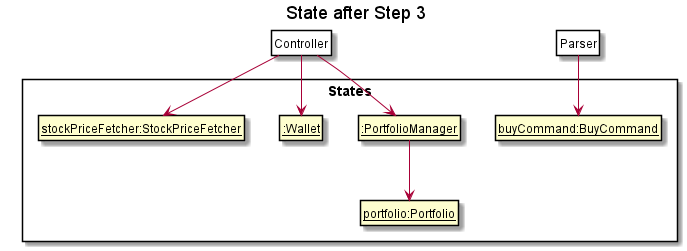
nus-cs2113-AY2021S1/tp keeps this PlantUML diagram as docs/diagrams/BuyStockState1.png. Above is the earlier version. Source of this version:
```plantuml
@startuml

hide footbox
hide members
hide circle
skinparam packageStyle Rectangle
skinparam ClassFontColor #000000
skinparam ClassBorderColor #000000

title State after Step 3

package States {
    class State1 as "__:PortfolioManager__"
    class State2 as "__:Wallet__"
    class State3 as "__buyCommand:BuyCommand__"
    class State4 as "__portfolio:Portfolio__"
    class State5 as "__stockPriceFetcher:StockPriceFetcher__"
}
State1 -down-> State4

class Pointer as "Controller" #FFFFF
Pointer -down-> State1
Pointer -down-> State2
Pointer -down-> State5
class Pointer2 as "Parser" #FFFFF
Pointer2 -down-> State3

@enduml
```
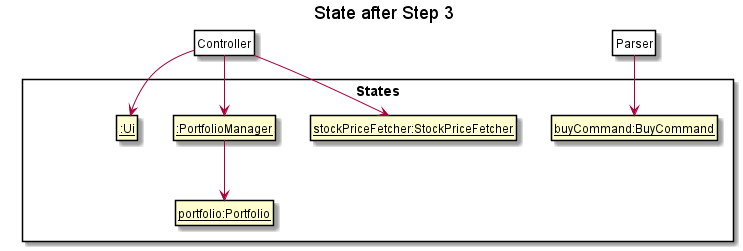
After the change.

Diff of the diagram source:
```diff
@@ -11,11 +11,14 @@
 
 package States {
     class State1 as "__:PortfolioManager__"
-    class State2 as "__:Wallet__"
+    class State2 as "__:Ui__"
     class State3 as "__buyCommand:BuyCommand__"
     class State4 as "__portfolio:Portfolio__"
     class State5 as "__stockPriceFetcher:StockPriceFetcher__"
+    class State6 as "__:Wallet__"
+
 }
+hide State6
 State1 -down-> State4
 
 class Pointer as "Controller" #FFFFF
```
